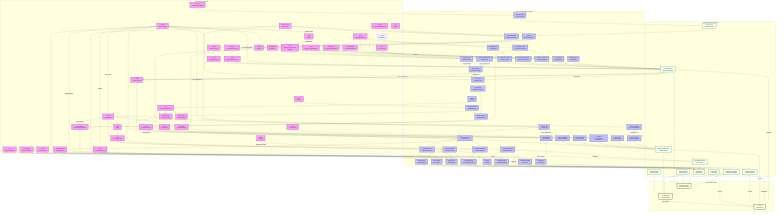
Before: docs/figures/scoliosis_mechanism_map.png, a diagram exported from Mermaid (sayuj1989-ops/life). Its source is kept beside it as docs/figures/scoliosis_mechanism_map.mmd.
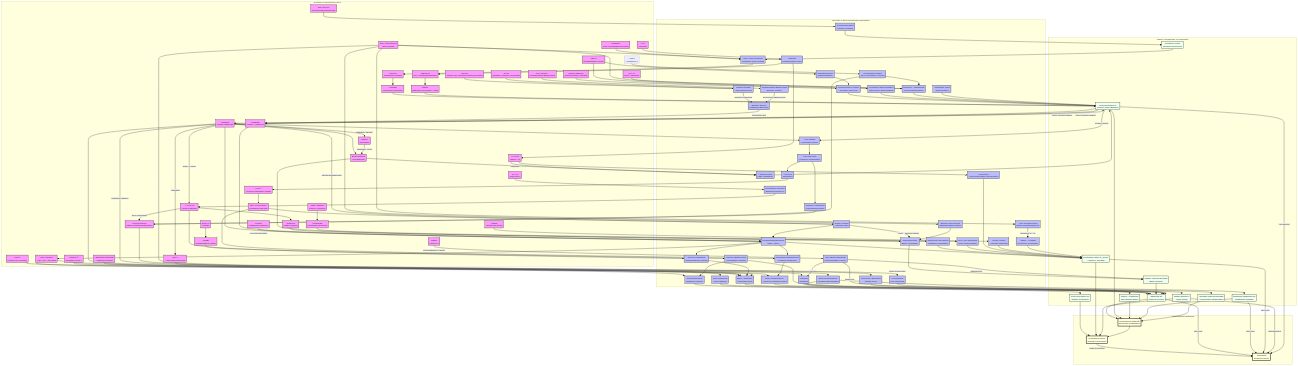
The same diagram one commit later.

Commit message:
weekly-map: add BMSC cilia defect arc

Change to the diagram source:
```diff
@@ -80,6 +80,7 @@
         VEGF_A[VEGF-A/PGE2<br/>Secretory Response]
         Ferroptosis[Ferroptosis<br/>Iron Overload]
         Membrane_Tension[Membrane Tension<br/>Buffering Reserve]
+        BMSC_Defect[BMSC Cilia Defect<br/>Osteogenesis Failure]
     end
 
     subgraph Tissue [Tissue Mechanics & Properties]
@@ -279,7 +280,10 @@
     CAV1 --> Membrane_Tension
     Membrane_Tension --> YAP
 
+    CILIA --> BMSC_Defect
+    BMSC_Defect --> Osteogenesis
+
     class HOX,COL,PIEZO1,PIEZO2,CILIA,LBX1,ADGRG6,PTK7,YAP,PKD2L1,MMP,URP,UTS2R,GFAP,VIM,LAMIN,BMAL1,RUNX3,METTL3,ESR1,MELATONIN,MT2,HIF1A,POC5,DSTYK,TFEB,Beta_Catenin,DPY19L1L,IGF1R,GHR,SOST,FBN1,CCN,PPARGC1A,KCNQ,GPX4,CAV1 gene;
-    class Region,ECM_Assembly,Mech_Trans,Sym_Break,Neur_Diff,Muscle_Diff,Disc_Maint,PCP_Sig,Nucl_Shuttle,CSF_Sensing,Degradation,Astrogliosis,mtROS,Adipogenesis,Hydraulic_Congestion,Immune_Infilt,Circadian_Entrain,Proprio_Maint,H3K9me3,VCL_Stasis,Glymphatic_Stasis,Vestibular_Input,Gi_cAMP,Ciliary_Tuning,Hypoxia,Osteogenesis,Ciliary_Splint,Vacuole_Biogenesis,C_Mannosylation,Rapid_Growth,Energy_Deficit,mtBiogenesis,Fibrosis,TGFB,Osteocyte_Dendrite,Actin_Dynamics,VEGF_A,Ferroptosis,Membrane_Tension process;
+    class Region,ECM_Assembly,Mech_Trans,Sym_Break,Neur_Diff,Muscle_Diff,Disc_Maint,PCP_Sig,Nucl_Shuttle,CSF_Sensing,Degradation,Astrogliosis,mtROS,Adipogenesis,Hydraulic_Congestion,Immune_Infilt,Circadian_Entrain,Proprio_Maint,H3K9me3,VCL_Stasis,Glymphatic_Stasis,Vestibular_Input,Gi_cAMP,Ciliary_Tuning,Hypoxia,Osteogenesis,Ciliary_Splint,Vacuole_Biogenesis,C_Mannosylation,Rapid_Growth,Energy_Deficit,mtBiogenesis,Fibrosis,TGFB,Osteocyte_Dendrite,Actin_Dynamics,VEGF_A,Ferroptosis,Membrane_Tension,BMSC_Defect process;
     class Rest_Kappa,Stiffness,Torsional_Stiffness,Gain,Torsion,Muscle_Tone,Anisotropy,TMD,Reissner_Fiber,Growth_Plate_Dysplasia tissue;
     class S_Curve,Stability,Scoliosis outcome;
```
